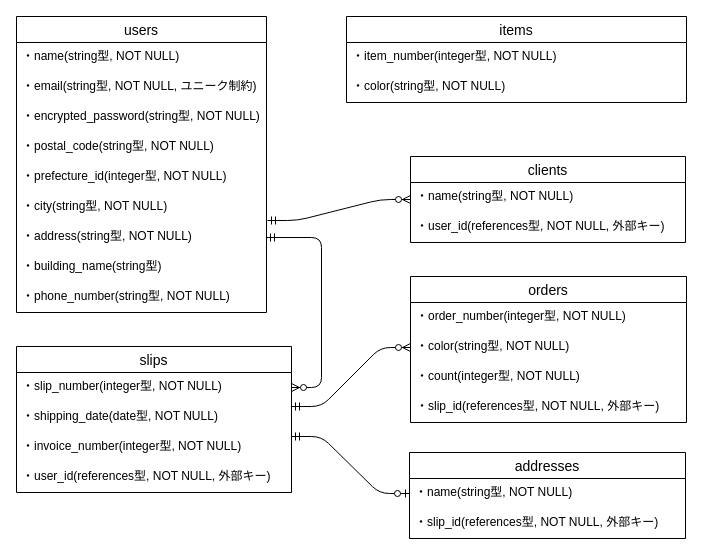
The draw.io diagram easy_slips.dio in hiddy0329/easy_slips, before the edit. Source tidied: cells renumbered, new cells numbered last; positions are measured from the earlier drawing's top-left corner, leaving out a move shared by most shapes. Both pictures are drawn from the tidied source at 100%, with x=0, y=0 at pixel (16, 16).
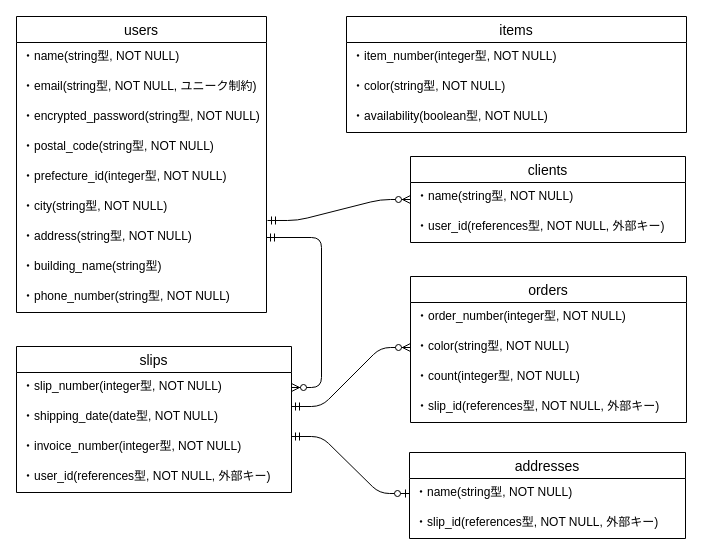
Above is the later version.

Commit message (it also covers changes not shown here):
データベース設計の修正

What changed in the source:
```diff
@@
     <mxCell id="15" value="items" style="swimlane;fontStyle=0;horizontal=1;startSize=26;align=center;fontSize=14;" parent="1" vertex="1">
-      <mxGeometry x="330" width="340" height="86" as="geometry" />
+      <mxGeometry x="330" width="340" height="116" as="geometry" />
     </mxCell>
@@
+    <mxCell id="35" value="・availability(boolean型, NOT NULL)" style="text;strokeColor=none;fillColor=none;spacingLeft=4;spacingRight=4;overflow=hidden;fontSize=12;" parent="15" vertex="1">
+      <mxGeometry y="86" width="340" height="30" as="geometry" />
+    </mxCell>
```
